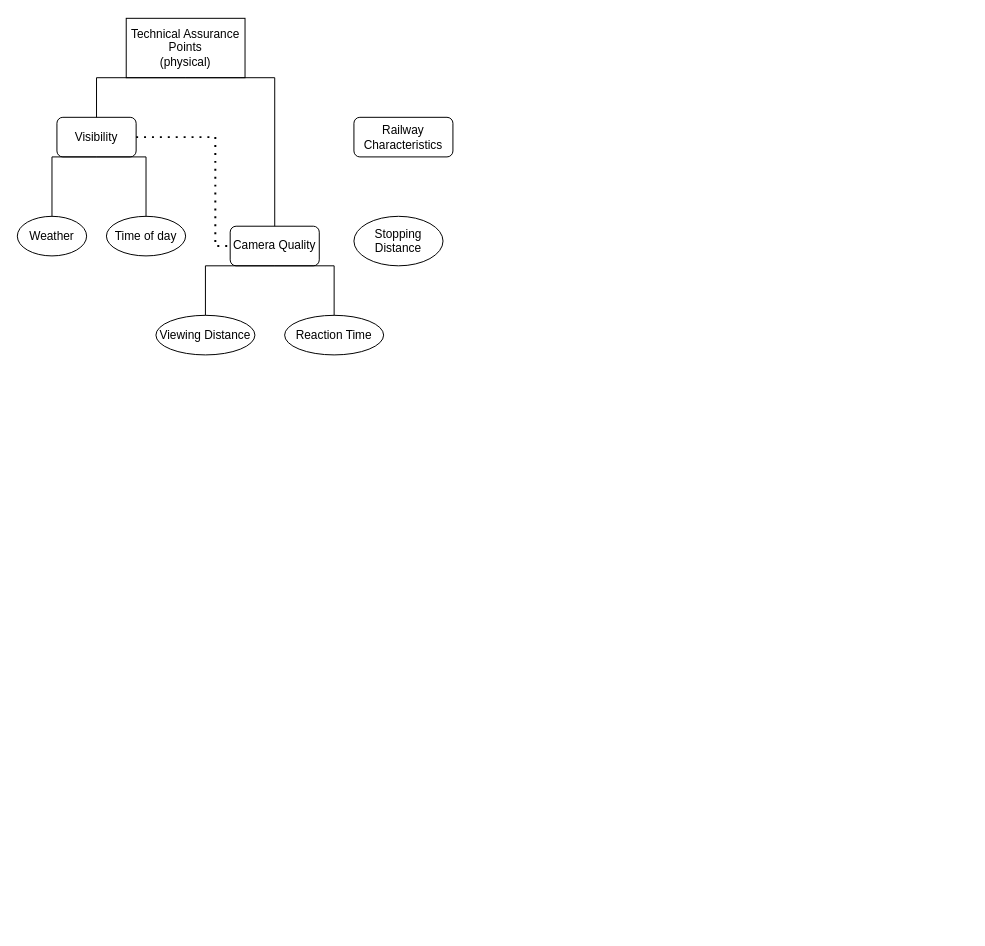
This is SafetyTree.drawio from TortoiseFather/SimpleRailwaySim, a draw.io file, before an edit. Source tidied: cells renumbered, new cells numbered last; positions are measured from the earlier drawing's top-left corner, leaving out a move shared by most shapes. Both pictures are drawn from the tidied source at 99%, with x=0, y=0 at pixel (17, 18).
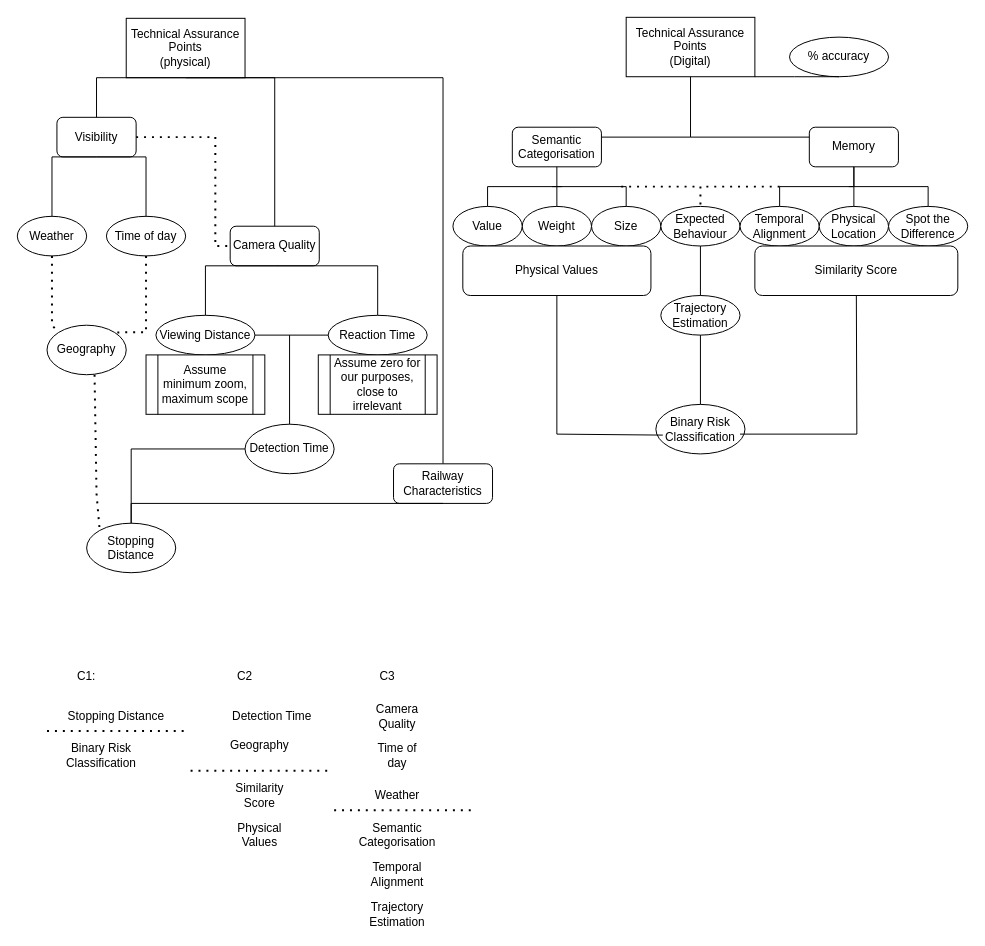
The same page after the edit.

The change refers to these unchanged cells:
```xml
<mxCell id="3" value="Time of day" style="ellipse;whiteSpace=wrap;html=1;" parent="1" vertex="1">
  <mxGeometry x="90" y="200" width="80" height="40" as="geometry" />
</mxCell>
<mxCell id="5" value="Viewing Distance" style="ellipse;whiteSpace=wrap;html=1;" parent="1" vertex="1">
  <mxGeometry x="140" y="300" width="100" height="40" as="geometry" />
</mxCell>
<mxCell id="6" value="Weather" style="ellipse;whiteSpace=wrap;html=1;" parent="1" vertex="1">
  <mxGeometry y="200" width="70" height="40" as="geometry" />
</mxCell>
```

The edit, as a diff of the source:
```diff
@@
+    <mxCell id="18" style="endArrow=none;html=1;rounded=0;entryX=0.5;entryY=0;entryDx=0;entryDy=0;" parent="1" edge="1" target="13">
+      <mxGeometry relative="1" as="geometry">
+        <mxPoint x="170" y="60" as="sourcePoint" />
+        <Array as="points">
+          <mxPoint x="430" y="60" />
+        </Array>
+      </mxGeometry>
+    </mxCell>
@@
     <mxCell id="13" value="Railway Characteristics" style="rounded=1;whiteSpace=wrap;html=1;" parent="1" vertex="1">
-      <mxGeometry x="340" y="100" width="100" height="40" as="geometry" />
+      <mxGeometry x="380" y="450" width="100" height="40" as="geometry" />
     </mxCell>
     <mxCell id="14" value="Stopping Distance" style="ellipse;whiteSpace=wrap;html=1;" parent="1" vertex="1">
-      <mxGeometry x="340" y="200" width="90" height="50" as="geometry" />
+      <mxGeometry x="70" y="510" width="90" height="50" as="geometry" />
     </mxCell>
@@
     <mxCell id="16" value="Reaction Time" style="ellipse;whiteSpace=wrap;html=1;" parent="1" vertex="1">
-      <mxGeometry x="270" y="300" width="100" height="40" as="geometry" />
+      <mxGeometry x="314" y="300" width="100" height="40" as="geometry" />
     </mxCell>
     <mxCell id="17" style="endArrow=none;html=1;rounded=0;exitX=0.5;exitY=0;exitDx=0;exitDy=0;" parent="1" edge="1" source="16">
       <mxGeometry relative="1" as="geometry">
         <mxPoint x="260" y="250" as="targetPoint" />
         <Array as="points">
-          <mxPoint x="320" y="250" />
+          <mxPoint x="364" y="250" />
         </Array>
       </mxGeometry>
     </mxCell>
+    <mxCell id="19" value="Technical Assurance Points &lt;br&gt;(Digital)" style="rounded=0;whiteSpace=wrap;html=1;" parent="1" vertex="1">
+      <mxGeometry x="615" y="-1" width="130" height="60" as="geometry" />
+    </mxCell>
+    <mxCell id="20" value="% accuracy" style="ellipse;whiteSpace=wrap;html=1;" parent="1" vertex="1">
+      <mxGeometry x="780" y="19" width="100" height="40" as="geometry" />
+    </mxCell>
+    <mxCell id="21" style="endArrow=none;html=1;rounded=0;exitX=1;exitY=1;exitDx=0;exitDy=0;entryX=0.5;entryY=1;entryDx=0;entryDy=0;" parent="1" edge="1" source="19" target="20">
+      <mxGeometry relative="1" as="geometry">
+        <Array as="points">
+          <mxPoint x="785" y="59" />
+        </Array>
+      </mxGeometry>
+    </mxCell>
+    <mxCell id="22" value="Assume minimum zoom, maximum scope" style="shape=process;whiteSpace=wrap;html=1;backgroundOutline=1;" parent="1" vertex="1">
+      <mxGeometry x="130" y="340" width="120" height="60" as="geometry" />
+    </mxCell>
+    <mxCell id="23" style="endArrow=none;html=1;rounded=0;exitX=0.5;exitY=0;exitDx=0;exitDy=0;entryX=0.5;entryY=1;entryDx=0;entryDy=0;" parent="1" edge="1" source="14" target="13">
+      <mxGeometry relative="1" as="geometry">
+        <Array as="points">
+          <mxPoint x="115" y="490" />
+        </Array>
+      </mxGeometry>
+    </mxCell>
+    <mxCell id="24" value="Geography" style="ellipse;whiteSpace=wrap;html=1;" parent="1" vertex="1">
+      <mxGeometry x="30" y="310" width="80" height="50" as="geometry" />
+    </mxCell>
+    <mxCell id="25" value="C1:" style="text;html=1;strokeColor=none;fillColor=none;align=center;verticalAlign=middle;whiteSpace=wrap;rounded=0;" parent="1" vertex="1">
+      <mxGeometry x="40" y="650" width="60" height="30" as="geometry" />
+    </mxCell>
+    <mxCell id="26" value="Stopping Distance" style="text;html=1;strokeColor=none;fillColor=none;align=center;verticalAlign=middle;whiteSpace=wrap;rounded=0;" parent="1" vertex="1">
+      <mxGeometry x="40" y="690" width="120" height="30" as="geometry" />
+    </mxCell>
+    <mxCell id="27" value="C2" style="text;html=1;strokeColor=none;fillColor=none;align=center;verticalAlign=middle;whiteSpace=wrap;rounded=0;" parent="1" vertex="1">
+      <mxGeometry x="200" y="650" width="60" height="30" as="geometry" />
+    </mxCell>
+    <mxCell id="28" value="Detection Time" style="text;html=1;strokeColor=none;fillColor=none;align=center;verticalAlign=middle;whiteSpace=wrap;rounded=0;" parent="1" vertex="1">
+      <mxGeometry x="215" y="690" width="85" height="30" as="geometry" />
+    </mxCell>
+    <mxCell id="29" value="C3" style="text;html=1;strokeColor=none;fillColor=none;align=center;verticalAlign=middle;whiteSpace=wrap;rounded=0;" parent="1" vertex="1">
+      <mxGeometry x="344" y="650" width="60" height="30" as="geometry" />
+    </mxCell>
+    <mxCell id="30" value="Camera Quality" style="text;html=1;strokeColor=none;fillColor=none;align=center;verticalAlign=middle;whiteSpace=wrap;rounded=0;" parent="1" vertex="1">
+      <mxGeometry x="354" y="690" width="60" height="30" as="geometry" />
+    </mxCell>
+    <mxCell id="31" value="Time of day" style="text;html=1;strokeColor=none;fillColor=none;align=center;verticalAlign=middle;whiteSpace=wrap;rounded=0;" parent="1" vertex="1">
+      <mxGeometry x="354" y="730" width="60" height="30" as="geometry" />
+    </mxCell>
+    <mxCell id="32" value="Weather" style="text;html=1;strokeColor=none;fillColor=none;align=center;verticalAlign=middle;whiteSpace=wrap;rounded=0;" parent="1" vertex="1">
+      <mxGeometry x="354" y="770" width="60" height="30" as="geometry" />
+    </mxCell>
+    <mxCell id="33" value="Geography" style="text;html=1;strokeColor=none;fillColor=none;align=center;verticalAlign=middle;whiteSpace=wrap;rounded=0;" parent="1" vertex="1">
+      <mxGeometry x="215" y="720" width="60" height="30" as="geometry" />
+    </mxCell>
+    <mxCell id="34" style="endArrow=none;dashed=1;html=1;dashPattern=1 3;strokeWidth=2;rounded=0;exitX=0.5;exitY=1;exitDx=0;exitDy=0;entryX=0;entryY=0;entryDx=0;entryDy=0;" parent="1" edge="1" source="6" target="24">
+      <mxGeometry relative="1" as="geometry">
+        <Array as="points">
+          <mxPoint x="35" y="310" />
+        </Array>
+      </mxGeometry>
+    </mxCell>
+    <mxCell id="35" style="endArrow=none;dashed=1;html=1;dashPattern=1 3;strokeWidth=2;rounded=0;exitX=0.5;exitY=1;exitDx=0;exitDy=0;entryX=1;entryY=0;entryDx=0;entryDy=0;" parent="1" edge="1" source="3" target="24">
+      <mxGeometry relative="1" as="geometry">
+        <Array as="points">
+          <mxPoint x="130" y="317" />
+        </Array>
+      </mxGeometry>
+    </mxCell>
+    <mxCell id="36" style="endArrow=none;dashed=1;html=1;dashPattern=1 3;strokeWidth=2;rounded=0;exitX=0.6;exitY=1;exitDx=0;exitDy=0;exitPerimeter=0;entryX=0;entryY=0;entryDx=0;entryDy=0;" parent="1" edge="1" source="24" target="14">
+      <mxGeometry relative="1" as="geometry">
+        <Array as="points">
+          <mxPoint x="80" y="480" />
+        </Array>
+      </mxGeometry>
+    </mxCell>
+    <mxCell id="37" value="Binary Risk Classification" style="text;html=1;strokeColor=none;fillColor=none;align=center;verticalAlign=middle;whiteSpace=wrap;rounded=0;" parent="1" vertex="1">
+      <mxGeometry x="40" y="730" width="90" height="30" as="geometry" />
+    </mxCell>
+    <mxCell id="38" style="endArrow=none;dashed=1;html=1;dashPattern=1 3;strokeWidth=2;rounded=0;" parent="1" edge="1">
+      <mxGeometry relative="1" as="geometry">
+        <mxPoint x="30" y="720" as="sourcePoint" />
+        <mxPoint x="170" y="720" as="targetPoint" />
+      </mxGeometry>
+    </mxCell>
+    <mxCell id="39" style="endArrow=none;dashed=1;html=1;dashPattern=1 3;strokeWidth=2;rounded=0;" parent="1" edge="1">
+      <mxGeometry relative="1" as="geometry">
+        <mxPoint x="175" y="760" as="sourcePoint" />
+        <mxPoint x="315" y="760" as="targetPoint" />
+      </mxGeometry>
+    </mxCell>
+    <mxCell id="40" style="endArrow=none;dashed=1;html=1;dashPattern=1 3;strokeWidth=2;rounded=0;" parent="1" edge="1">
+      <mxGeometry relative="1" as="geometry">
+        <mxPoint x="320" y="800" as="sourcePoint" />
+        <mxPoint x="460" y="800" as="targetPoint" />
+      </mxGeometry>
+    </mxCell>
+    <mxCell id="41" value="Similarity Score" style="text;html=1;strokeColor=none;fillColor=none;align=center;verticalAlign=middle;whiteSpace=wrap;rounded=0;" parent="1" vertex="1">
+      <mxGeometry x="215" y="770" width="60" height="30" as="geometry" />
+    </mxCell>
+    <mxCell id="42" value="Temporal Alignment" style="text;html=1;strokeColor=none;fillColor=none;align=center;verticalAlign=middle;whiteSpace=wrap;rounded=0;" parent="1" vertex="1">
+      <mxGeometry x="354" y="850" width="60" height="30" as="geometry" />
+    </mxCell>
+    <mxCell id="43" value="Semantic Categorisation" style="text;html=1;strokeColor=none;fillColor=none;align=center;verticalAlign=middle;whiteSpace=wrap;rounded=0;" parent="1" vertex="1">
+      <mxGeometry x="334" y="810" width="100" height="30" as="geometry" />
+    </mxCell>
+    <mxCell id="44" value="Physical Values" style="text;html=1;strokeColor=none;fillColor=none;align=center;verticalAlign=middle;whiteSpace=wrap;rounded=0;" parent="1" vertex="1">
+      <mxGeometry x="215" y="810" width="60" height="30" as="geometry" />
+    </mxCell>
+    <mxCell id="45" value="Trajectory Estimation" style="text;html=1;strokeColor=none;fillColor=none;align=center;verticalAlign=middle;whiteSpace=wrap;rounded=0;" parent="1" vertex="1">
+      <mxGeometry x="354" y="890" width="60" height="30" as="geometry" />
+    </mxCell>
+    <mxCell id="46" value="Assume zero for our purposes, close to irrelevant" style="shape=process;whiteSpace=wrap;html=1;backgroundOutline=1;" parent="1" vertex="1">
+      <mxGeometry x="304" y="340" width="120" height="60" as="geometry" />
+    </mxCell>
+    <mxCell id="47" value="Detection Time" style="ellipse;whiteSpace=wrap;html=1;" parent="1" vertex="1">
+      <mxGeometry x="230" y="410" width="90" height="50" as="geometry" />
+    </mxCell>
+    <mxCell id="48" style="endArrow=none;html=1;rounded=0;exitX=1;exitY=0.5;exitDx=0;exitDy=0;entryX=0;entryY=0.5;entryDx=0;entryDy=0;" parent="1" edge="1" source="5" target="16">
+      <mxGeometry relative="1" as="geometry" />
+    </mxCell>
+    <mxCell id="49" style="endArrow=none;html=1;rounded=0;exitX=0.5;exitY=0;exitDx=0;exitDy=0;" parent="1" edge="1" source="47">
+      <mxGeometry relative="1" as="geometry">
+        <mxPoint x="275" y="320" as="targetPoint" />
+      </mxGeometry>
+    </mxCell>
+    <mxCell id="50" style="endArrow=none;html=1;rounded=0;exitX=0;exitY=0.5;exitDx=0;exitDy=0;entryX=0.5;entryY=0;entryDx=0;entryDy=0;" parent="1" edge="1" source="47" target="14">
+      <mxGeometry relative="1" as="geometry">
+        <Array as="points">
+          <mxPoint x="115" y="435" />
+        </Array>
+      </mxGeometry>
+    </mxCell>
+    <mxCell id="51" value="Binary Risk Classification" style="ellipse;whiteSpace=wrap;html=1;" parent="1" vertex="1">
+      <mxGeometry x="645" y="390" width="90" height="50" as="geometry" />
+    </mxCell>
+    <mxCell id="52" value="Semantic Categorisation" style="rounded=1;whiteSpace=wrap;html=1;" parent="1" vertex="1">
+      <mxGeometry x="500" y="110" width="90" height="40" as="geometry" />
+    </mxCell>
+    <mxCell id="53" value="Size" style="ellipse;whiteSpace=wrap;html=1;" parent="1" vertex="1">
+      <mxGeometry x="580" y="190" width="70" height="40" as="geometry" />
+    </mxCell>
+    <mxCell id="54" value="Weight" style="ellipse;whiteSpace=wrap;html=1;" parent="1" vertex="1">
+      <mxGeometry x="510" y="190" width="70" height="40" as="geometry" />
+    </mxCell>
+    <mxCell id="55" value="Value" style="ellipse;whiteSpace=wrap;html=1;" parent="1" vertex="1">
+      <mxGeometry x="440" y="190" width="70" height="40" as="geometry" />
+    </mxCell>
+    <mxCell id="56" value="Physical Values" style="rounded=1;whiteSpace=wrap;html=1;" parent="1" vertex="1">
+      <mxGeometry x="450" y="230" width="190" height="50" as="geometry" />
+    </mxCell>
+    <mxCell id="57" style="endArrow=none;html=1;rounded=0;entryX=0.5;entryY=1;entryDx=0;entryDy=0;exitX=0.5;exitY=0;exitDx=0;exitDy=0;" parent="1" edge="1" source="54" target="52">
+      <mxGeometry relative="1" as="geometry" />
+    </mxCell>
+    <mxCell id="58" style="endArrow=none;html=1;rounded=0;exitX=0.5;exitY=0;exitDx=0;exitDy=0;" parent="1" edge="1" source="55">
+      <mxGeometry relative="1" as="geometry">
+        <mxPoint x="550" y="170" as="targetPoint" />
+        <Array as="points">
+          <mxPoint x="475" y="170" />
+        </Array>
+      </mxGeometry>
+    </mxCell>
+    <mxCell id="59" style="endArrow=none;html=1;rounded=0;entryX=0.5;entryY=0;entryDx=0;entryDy=0;" parent="1" edge="1" target="53">
+      <mxGeometry relative="1" as="geometry">
+        <mxPoint x="540" y="170" as="sourcePoint" />
+        <Array as="points">
+          <mxPoint x="615" y="170" />
+        </Array>
+      </mxGeometry>
+    </mxCell>
+    <mxCell id="60" value="Expected Behaviour" style="ellipse;whiteSpace=wrap;html=1;" parent="1" vertex="1">
+      <mxGeometry x="650" y="190" width="80" height="40" as="geometry" />
+    </mxCell>
+    <mxCell id="61" value="Memory" style="rounded=1;whiteSpace=wrap;html=1;" parent="1" vertex="1">
+      <mxGeometry x="800" y="110" width="90" height="40" as="geometry" />
+    </mxCell>
+    <mxCell id="62" value="Temporal Alignment" style="ellipse;whiteSpace=wrap;html=1;" parent="1" vertex="1">
+      <mxGeometry x="730" y="190" width="80" height="40" as="geometry" />
+    </mxCell>
+    <mxCell id="63" value="Physical Location" style="ellipse;whiteSpace=wrap;html=1;" parent="1" vertex="1">
+      <mxGeometry x="810" y="190" width="70" height="40" as="geometry" />
+    </mxCell>
+    <mxCell id="64" style="endArrow=none;dashed=1;html=1;dashPattern=1 3;strokeWidth=2;rounded=0;entryX=0.5;entryY=0;entryDx=0;entryDy=0;" parent="1" edge="1" target="60">
+      <mxGeometry relative="1" as="geometry">
+        <mxPoint x="610" y="170" as="sourcePoint" />
+        <Array as="points">
+          <mxPoint x="690" y="170" />
+        </Array>
+      </mxGeometry>
+    </mxCell>
+    <mxCell id="65" style="endArrow=none;dashed=1;html=1;dashPattern=1 3;strokeWidth=2;rounded=0;" parent="1" edge="1">
+      <mxGeometry relative="1" as="geometry">
+        <mxPoint x="770" y="170" as="sourcePoint" />
+        <mxPoint x="690" y="170" as="targetPoint" />
+      </mxGeometry>
+    </mxCell>
+    <mxCell id="66" style="endArrow=none;html=1;rounded=0;entryX=0.5;entryY=1;entryDx=0;entryDy=0;exitX=0.5;exitY=0;exitDx=0;exitDy=0;" parent="1" edge="1" source="62" target="61">
+      <mxGeometry relative="1" as="geometry">
+        <Array as="points">
+          <mxPoint x="770" y="170" />
+          <mxPoint x="845" y="170" />
+        </Array>
+      </mxGeometry>
+    </mxCell>
+    <mxCell id="67" value="Trajectory Estimation" style="ellipse;whiteSpace=wrap;html=1;" parent="1" vertex="1">
+      <mxGeometry x="650" y="280" width="80" height="40" as="geometry" />
+    </mxCell>
+    <mxCell id="68" style="endArrow=none;html=1;rounded=0;entryX=0.5;entryY=1;entryDx=0;entryDy=0;exitX=0.5;exitY=0;exitDx=0;exitDy=0;" parent="1" edge="1" source="67" target="60">
+      <mxGeometry relative="1" as="geometry" />
+    </mxCell>
+    <mxCell id="69" style="endArrow=none;html=1;rounded=0;entryX=0.5;entryY=1;entryDx=0;entryDy=0;exitX=0.5;exitY=0;exitDx=0;exitDy=0;" parent="1" edge="1" source="51" target="67">
+      <mxGeometry relative="1" as="geometry" />
+    </mxCell>
+    <mxCell id="70" style="endArrow=none;html=1;rounded=0;entryX=0.5;entryY=1;entryDx=0;entryDy=0;exitX=0.5;exitY=0;exitDx=0;exitDy=0;" parent="1" edge="1" source="63" target="61">
+      <mxGeometry relative="1" as="geometry" />
+    </mxCell>
+    <mxCell id="71" style="endArrow=none;html=1;rounded=0;entryX=0.5;entryY=1;entryDx=0;entryDy=0;exitX=0.078;exitY=0.62;exitDx=0;exitDy=0;exitPerimeter=0;" parent="1" edge="1" source="51" target="56">
+      <mxGeometry relative="1" as="geometry">
+        <Array as="points">
+          <mxPoint x="545" y="420" />
+        </Array>
+      </mxGeometry>
+    </mxCell>
+    <mxCell id="72" style="endArrow=none;html=1;rounded=0;entryX=0.5;entryY=1;entryDx=0;entryDy=0;exitX=1;exitY=0.25;exitDx=0;exitDy=0;" parent="1" edge="1" source="52" target="19">
+      <mxGeometry relative="1" as="geometry">
+        <Array as="points">
+          <mxPoint x="680" y="120" />
+        </Array>
+      </mxGeometry>
+    </mxCell>
+    <mxCell id="73" style="endArrow=none;html=1;rounded=0;exitX=0;exitY=0.25;exitDx=0;exitDy=0;" parent="1" edge="1" source="61">
+      <mxGeometry relative="1" as="geometry">
+        <mxPoint x="680" y="120" as="targetPoint" />
+      </mxGeometry>
+    </mxCell>
+    <mxCell id="74" value="Spot the Difference" style="ellipse;whiteSpace=wrap;html=1;" parent="1" vertex="1">
+      <mxGeometry x="880" y="190" width="80" height="40" as="geometry" />
+    </mxCell>
+    <mxCell id="75" style="endArrow=none;html=1;rounded=0;exitX=0.5;exitY=0;exitDx=0;exitDy=0;" parent="1" edge="1" source="74">
+      <mxGeometry relative="1" as="geometry">
+        <mxPoint x="840" y="170" as="targetPoint" />
+        <Array as="points">
+          <mxPoint x="920" y="170" />
+        </Array>
+      </mxGeometry>
+    </mxCell>
+    <mxCell id="76" value="Similarity Score" style="rounded=1;whiteSpace=wrap;html=1;" parent="1" vertex="1">
+      <mxGeometry x="745" y="230" width="205" height="50" as="geometry" />
+    </mxCell>
+    <mxCell id="77" style="endArrow=none;html=1;rounded=0;entryX=0.5;entryY=1;entryDx=0;entryDy=0;" parent="1" edge="1" target="76">
+      <mxGeometry relative="1" as="geometry">
+        <mxPoint x="730" y="420" as="sourcePoint" />
+        <Array as="points">
+          <mxPoint x="848" y="420" />
+        </Array>
+      </mxGeometry>
+    </mxCell>
```
